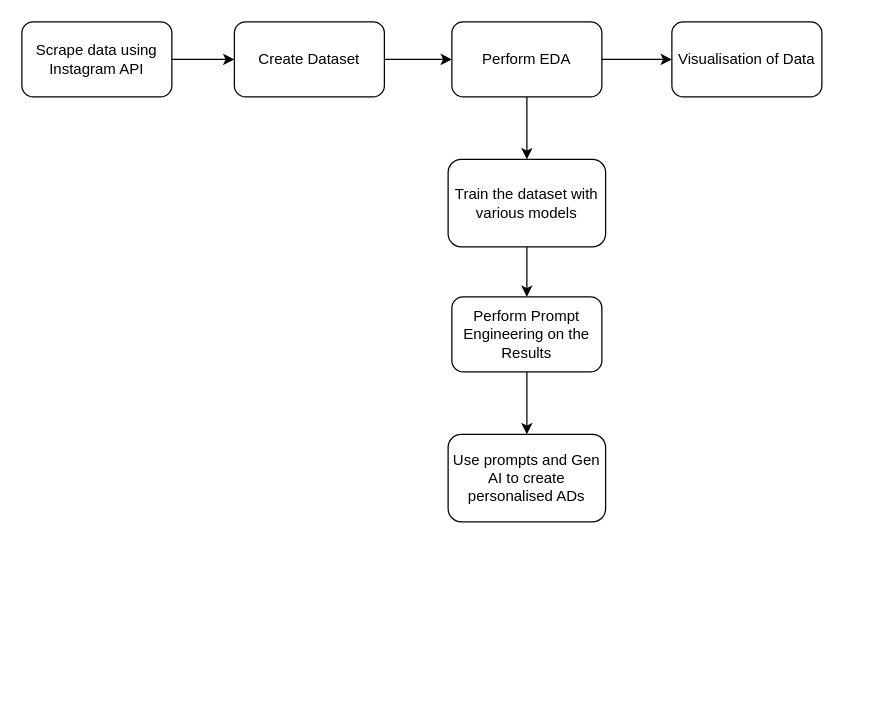
Earlier version of the draw.io diagram workflow.drawio (John-Tenning/adl-final-lab). Source tidied: cells renumbered, new cells numbered last; positions are measured from the earlier drawing's top-left corner, leaving out a move shared by most shapes. Both pictures are drawn from the tidied source at 125%, with x=0, y=0 at pixel (21, 21).
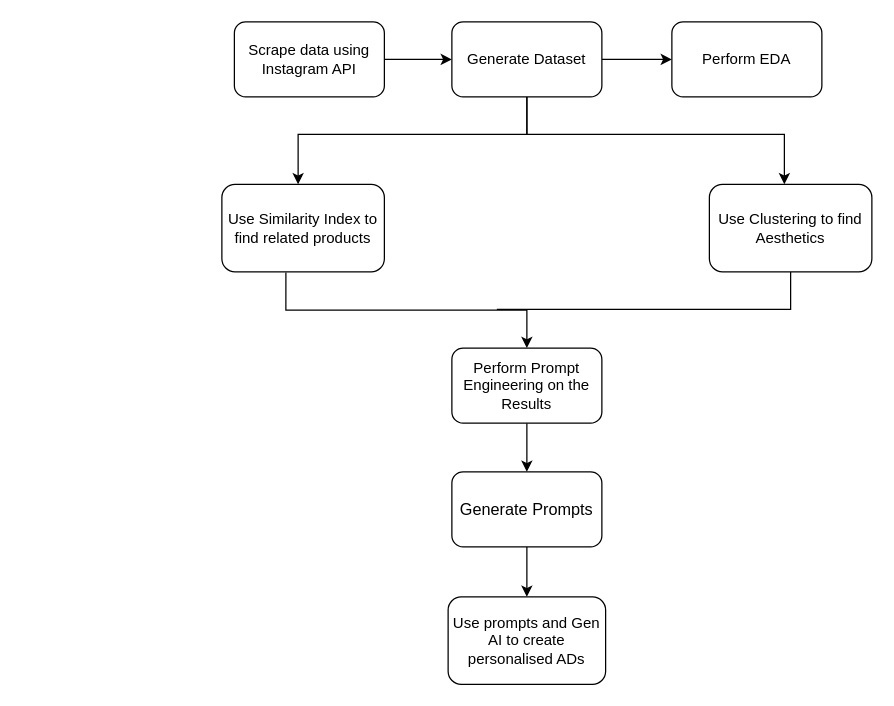
Above is the later version.

What changed in the source:
```diff
@@
-    <mxCell id="2" style="edgeStyle=orthogonalEdgeStyle;rounded=0;jettySize=auto;html=1;" parent="1" edge="1" source="3" target="5">
-      <mxGeometry relative="1" as="geometry" />
-    </mxCell>
-    <mxCell id="3" value="Scrape data using Instagram API" style="rounded=1;whiteSpace=wrap;html=1;" parent="1" vertex="1">
-      <mxGeometry width="120" height="60" as="geometry" />
-    </mxCell>
@@
-    <mxCell id="5" value="Create Dataset" style="whiteSpace=wrap;html=1;rounded=1;" parent="1" vertex="1">
+    <mxCell id="5" value="Scrape data using Instagram API" style="whiteSpace=wrap;html=1;rounded=1;" parent="1" vertex="1">
       <mxGeometry x="170" width="120" height="60" as="geometry" />
     </mxCell>
@@
-    <mxCell id="7" style="edgeStyle=orthogonalEdgeStyle;rounded=0;jettySize=auto;html=1;" parent="1" edge="1" source="8" target="11">
-      <mxGeometry relative="1" as="geometry" />
-    </mxCell>
+    <mxCell id="15" style="edgeStyle=orthogonalEdgeStyle;rounded=0;jettySize=auto;html=1;" parent="1" edge="1" source="8" target="18">
+      <mxGeometry relative="1" as="geometry">
+        <Array as="points">
+          <mxPoint x="404" y="90" />
+          <mxPoint x="221" y="90" />
+        </Array>
+      </mxGeometry>
+    </mxCell>
+    <mxCell id="16" style="edgeStyle=orthogonalEdgeStyle;rounded=0;jettySize=auto;html=1;" parent="1" edge="1" source="8" target="20">
+      <mxGeometry relative="1" as="geometry">
+        <Array as="points">
+          <mxPoint x="404" y="90" />
+          <mxPoint x="610" y="90" />
+        </Array>
+      </mxGeometry>
+    </mxCell>
-    <mxCell id="8" value="Perform EDA" style="whiteSpace=wrap;html=1;rounded=1;" parent="1" vertex="1">
+    <mxCell id="8" value="Generate Dataset" style="whiteSpace=wrap;html=1;rounded=1;" parent="1" vertex="1">
       <mxGeometry x="344" width="120" height="60" as="geometry" />
     </mxCell>
-    <mxCell id="9" value="Visualisation of Data" style="whiteSpace=wrap;html=1;rounded=1;" parent="1" vertex="1">
+    <mxCell id="9" value="Perform EDA" style="whiteSpace=wrap;html=1;rounded=1;" parent="1" vertex="1">
       <mxGeometry x="520" width="120" height="60" as="geometry" />
     </mxCell>
-    <mxCell id="10" style="edgeStyle=orthogonalEdgeStyle;rounded=0;jettySize=auto;html=1;" parent="1" edge="1" source="11" target="13">
+    <mxCell id="10" style="edgeStyle=orthogonalEdgeStyle;rounded=0;jettySize=auto;html=1;exitX=0.394;exitY=1.006;exitDx=0;exitDy=0;exitPerimeter=0;" parent="1" edge="1" source="18" target="13">
       <mxGeometry relative="1" as="geometry" />
     </mxCell>
-    <mxCell id="11" value="Train the dataset with various models" style="whiteSpace=wrap;html=1;rounded=1;" parent="1" vertex="1">
-      <mxGeometry x="341" y="110" width="126" height="70" as="geometry" />
-    </mxCell>
-    <mxCell id="12" style="edgeStyle=orthogonalEdgeStyle;rounded=0;jettySize=auto;html=1;" parent="1" edge="1" source="13" target="14">
-      <mxGeometry relative="1" as="geometry" />
-    </mxCell>
+    <mxCell id="17" style="edgeStyle=orthogonalEdgeStyle;rounded=0;jettySize=auto;html=1;" parent="1" edge="1" source="13" target="22">
+      <mxGeometry relative="1" as="geometry" />
+    </mxCell>
     <mxCell id="13" value="Perform Prompt Engineering on the Results" style="whiteSpace=wrap;html=1;rounded=1;" parent="1" vertex="1">
-      <mxGeometry x="344" y="220" width="120" height="60" as="geometry" />
+      <mxGeometry x="344" y="261" width="120" height="60" as="geometry" />
     </mxCell>
     <mxCell id="14" value="Use prompts and Gen AI to create personalised ADs" style="whiteSpace=wrap;html=1;rounded=1;" parent="1" vertex="1">
-      <mxGeometry x="341" y="330" width="126" height="70" as="geometry" />
+      <mxGeometry x="341" y="460" width="126" height="70" as="geometry" />
     </mxCell>
+    <mxCell id="18" value="Use Similarity Index to find related products" style="rounded=1;whiteSpace=wrap;html=1;" parent="1" vertex="1">
+      <mxGeometry x="160" y="130" width="130" height="70" as="geometry" />
+    </mxCell>
+    <mxCell id="19" style="edgeStyle=orthogonalEdgeStyle;rounded=0;jettySize=auto;html=1;endArrow=none;endFill=0;" parent="1" edge="1" source="20">
+      <mxGeometry relative="1" as="geometry">
+        <mxPoint x="380" y="230" as="targetPoint" />
+        <Array as="points">
+          <mxPoint x="615" y="230" />
+        </Array>
+      </mxGeometry>
+    </mxCell>
+    <mxCell id="20" value="Use Clustering to find Aesthetics" style="rounded=1;whiteSpace=wrap;html=1;" parent="1" vertex="1">
+      <mxGeometry x="550" y="130" width="130" height="70" as="geometry" />
+    </mxCell>
+    <mxCell id="21" style="edgeStyle=orthogonalEdgeStyle;rounded=0;jettySize=auto;html=1;" parent="1" edge="1" source="22" target="14">
+      <mxGeometry relative="1" as="geometry" />
+    </mxCell>
+    <mxCell id="22" value="&lt;font style=&quot;font-size: 13px;&quot;&gt;Generate Prompts&lt;/font&gt;" style="whiteSpace=wrap;html=1;rounded=1;" parent="1" vertex="1">
+      <mxGeometry x="344" y="360" width="120" height="60" as="geometry" />
+    </mxCell>
```
